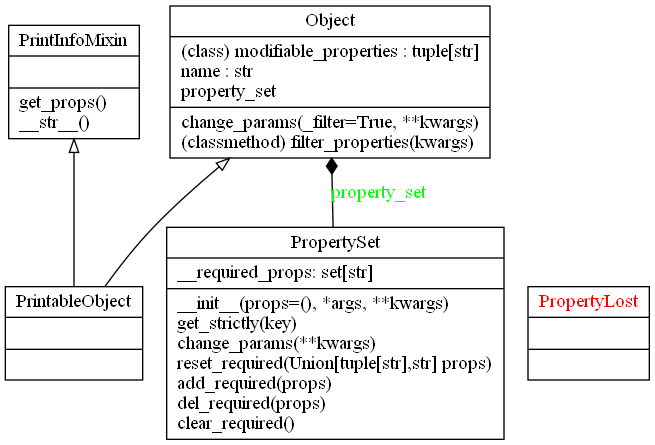
Above: docs/_assets/pics/uml/_utils_uml.png in bobdadada/cavag (Graphviz), before the change. Its source is kept beside it as docs/_assets/pics/uml/_utils_uml.dot. Source of this version:
```dot
digraph "classes" {
charset="utf-8"
rankdir=BT
"0" [label="{PrintInfoMixin|\l|get_props()\l__str__()\l}", shape="record"];
"1" [label="{PrintableObject|\l|}", shape="record"];
"2" [fontcolor="red", label="{PropertyLost|\l|}", shape="record"];
"3" [label="{PropertySet|__required_props: set[str]\l|__init__(props=(), *args, **kwargs)\lget_strictly(key)\lchange_params(**kwargs)\lreset_required(Union[tuple[str],str] props)\ladd_required(props)\ldel_required(props)\lclear_required()\l}", shape="record"];
"4" [label="{Object|(class) modifiable_properties : tuple[str]\lname : str\lproperty_set\l|change_params(_filter=True, **kwargs)\l(classmethod) filter_properties(kwargs)\l}", shape="record"];
"1" -> "0" [arrowhead="empty", arrowtail="none"];
"1" -> "4" [arrowhead="empty", arrowtail="none"];
"3" -> "4" [arrowhead="diamond", arrowtail="none", fontcolor="green", label="property_set", style="solid"];
}
```
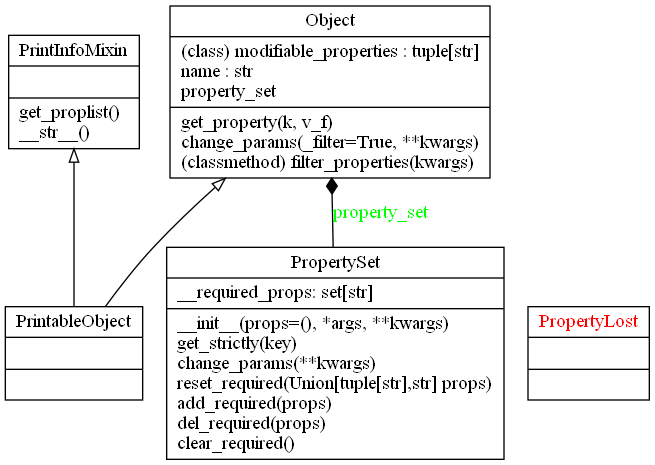
Later version of the same file.

The edit, as a diff of the source:
```diff
@@ -1,11 +1,11 @@
 digraph "classes" {
 charset="utf-8"
 rankdir=BT
-"0" [label="{PrintInfoMixin|\l|get_props()\l__str__()\l}", shape="record"];
+"0" [label="{PrintInfoMixin|\l|get_proplist()\l__str__()\l}", shape="record"];
 "1" [label="{PrintableObject|\l|}", shape="record"];
 "2" [fontcolor="red", label="{PropertyLost|\l|}", shape="record"];
 "3" [label="{PropertySet|__required_props: set[str]\l|__init__(props=(), *args, **kwargs)\lget_strictly(key)\lchange_params(**kwargs)\lreset_required(Union[tuple[str],str] props)\ladd_required(props)\ldel_required(props)\lclear_required()\l}", shape="record"];
-"4" [label="{Object|(class) modifiable_properties : tuple[str]\lname : str\lproperty_set\l|change_params(_filter=True, **kwargs)\l(classmethod) filter_properties(kwargs)\l}", shape="record"];
+"4" [label="{Object|(class) modifiable_properties : tuple[str]\lname : str\lproperty_set\l|get_property(k, v_f)\lchange_params(_filter=True, **kwargs)\l(classmethod) filter_properties(kwargs)\l}", shape="record"];
 "1" -> "0" [arrowhead="empty", arrowtail="none"];
 "1" -> "4" [arrowhead="empty", arrowtail="none"];
 "3" -> "4" [arrowhead="diamond", arrowtail="none", fontcolor="green", label="property_set", style="solid"];
```
